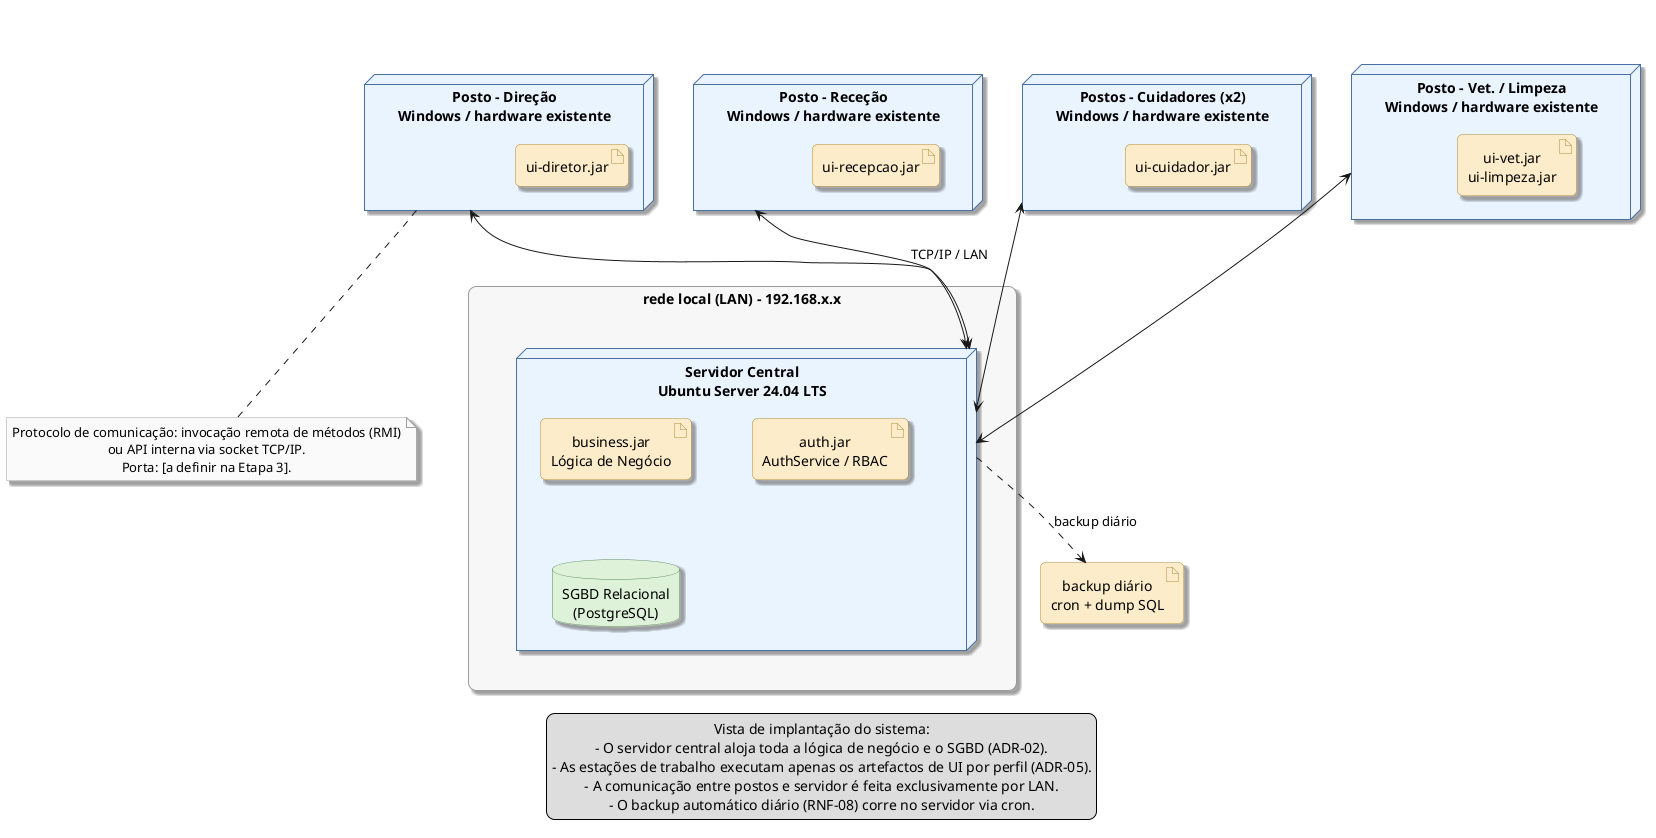
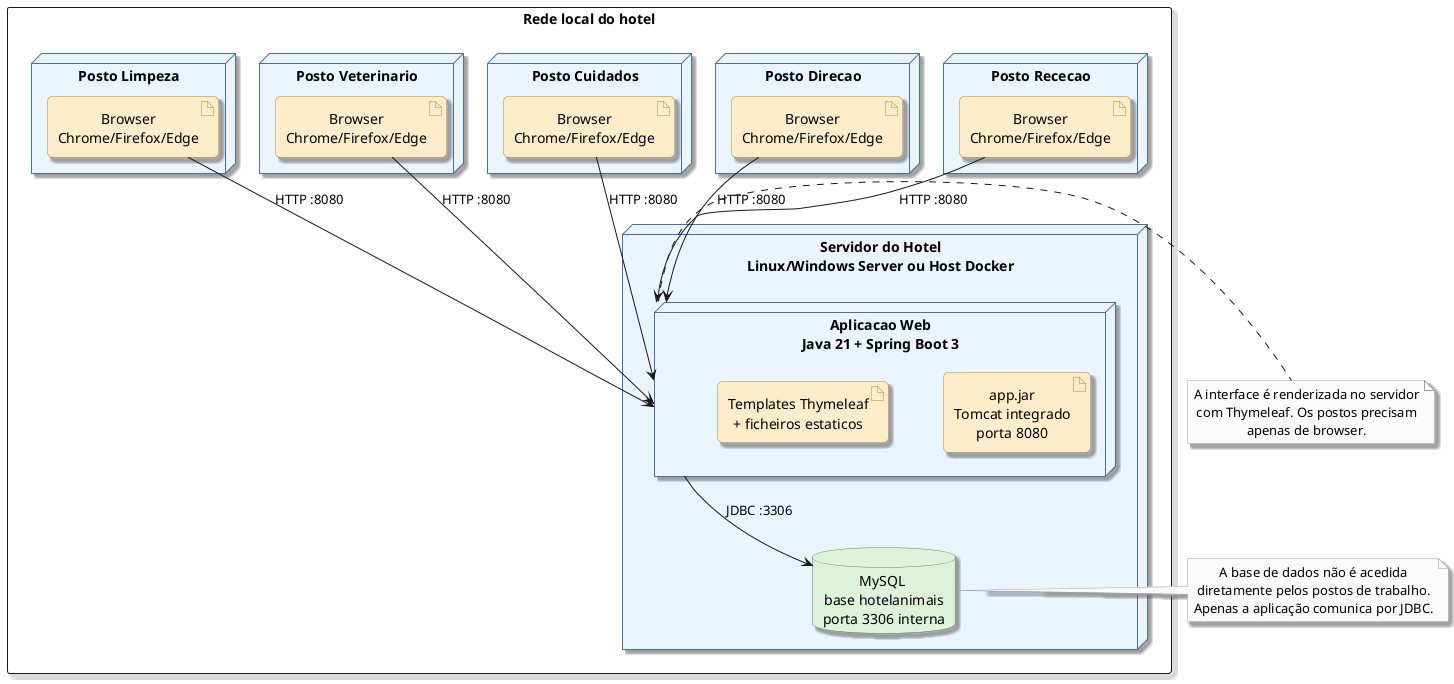
- @startuml
+ @startuml deployment_view
+ 
+ 
top to bottom direction
skinparam shadowing true
- skinparam componentStyle rectangle
skinparam defaultTextAlignment center
- skinparam nodesep 60
- skinparam ranksep 60
+ skinparam nodesep 55
+ skinparam ranksep 55

skinparam node {
  BackgroundColor #EAF4FF
  BorderColor #4A6FA5
-   RoundCorner 18
+   RoundCorner 16
}

skinparam artifact {
  BackgroundColor #FCECC9
  BorderColor #B08B3E
  RoundCorner 10
}

skinparam database {
  BackgroundColor #DDF2D9
  BorderColor #5B8A5A
}

- skinparam rectangle {
+ skinparam folder {
  BackgroundColor #F7F7F7
  BorderColor #9A9A9A
-   RoundCorner 16
}

skinparam note {
  BackgroundColor #FAFAFA
  BorderColor #A0A0A0
}

- rectangle "rede local (LAN) - 192.168.x.x" as lan {
-   node "Servidor Central\nUbuntu Server 24.04 LTS" as srv {
-     artifact "business.jar\nLógica de Negócio" as art_biz
-     artifact "auth.jar\nAuthService / RBAC" as art_auth
-     database "SGBD Relacional\n(PostgreSQL)" as art_db
+ rectangle "Rede local do hotel" as LAN {
+ 
+   node "Posto Rececao" as WS_REC {
+     artifact "Browser\nChrome/Firefox/Edge" as B_REC
+   }
+ 
+   node "Posto Direcao" as WS_DIR {
+     artifact "Browser\nChrome/Firefox/Edge" as B_DIR
+   }
+ 
+   node "Posto Cuidados" as WS_CUID {
+     artifact "Browser\nChrome/Firefox/Edge" as B_CUID
+   }
+ 
+   node "Posto Veterinario" as WS_VET {
+     artifact "Browser\nChrome/Firefox/Edge" as B_VET
+   }
+ 
+   node "Posto Limpeza" as WS_LIMP {
+     artifact "Browser\nChrome/Firefox/Edge" as B_LIMP
+   }
+ 
+   node "Servidor do Hotel\nLinux/Windows Server ou Host Docker" as HOST {
+ 
+     node "Aplicacao Web\nJava 21 + Spring Boot 3" as APP {
+       artifact "app.jar\nTomcat integrado\nporta 8080" as JAR
+       artifact "Templates Thymeleaf\n+ ficheiros estaticos" as TPL
+     }
+ 
+     database "MySQL \nbase hotelanimais\nporta 3306 interna" as DB
  }
}

- artifact "backup diário\ncron + dump SQL" as backup
+ B_REC --> APP : HTTP :8080
+ B_DIR --> APP : HTTP :8080
+ B_CUID --> APP : HTTP :8080
+ B_VET --> APP : HTTP :8080
+ B_LIMP --> APP : HTTP :8080

- node "Posto - Receção\nWindows / hardware existente" as ws_rec {
-   artifact "ui-recepcao.jar" as art_rec
- }
+ APP --> DB : JDBC :3306

- node "Posto - Direção\nWindows / hardware existente" as ws_dir {
-   artifact "ui-diretor.jar" as art_dir
- }
- 
- node "Postos - Cuidadores (x2)\nWindows / hardware existente" as ws_cuid {
-   artifact "ui-cuidador.jar" as art_cuid
- }
- 
- node "Posto - Vet. / Limpeza\nWindows / hardware existente" as ws_vet {
-   artifact "ui-vet.jar\nui-limpeza.jar" as art_vet
- }
- 
- ws_rec -[hidden]right-> ws_dir
- ws_dir -[hidden]right-> ws_cuid
- ws_cuid -[hidden]right-> ws_vet
- lan -[hidden]down-> ws_dir
- srv -[hidden]right-> backup
- 
- ws_rec <--> srv : TCP/IP / LAN
- ws_dir <--> srv
- ws_cuid <--> srv
- ws_vet <--> srv
- 
- srv ..> backup : backup diário
- 
- note bottom of ws_dir
-   Protocolo de comunicação: invocação remota de métodos (RMI)
-   ou API interna via socket TCP/IP.
-   Porta: [a definir na Etapa 3].
+ note right of APP
+   A interface é renderizada no servidor
+   com Thymeleaf. Os postos precisam
+   apenas de browser.
end note

- legend bottom
- Vista de implantação do sistema:
- - O servidor central aloja toda a lógica de negócio e o SGBD (ADR-02).
- - As estações de trabalho executam apenas os artefactos de UI por perfil (ADR-05).
- - A comunicação entre postos e servidor é feita exclusivamente por LAN.
- - O backup automático diário (RNF-08) corre no servidor via cron.
- endlegend
+ note right of DB
+   A base de dados não é acedida
+   diretamente pelos postos de trabalho.
+   Apenas a aplicação comunica por JDBC.
+ end note
+ 

@enduml
